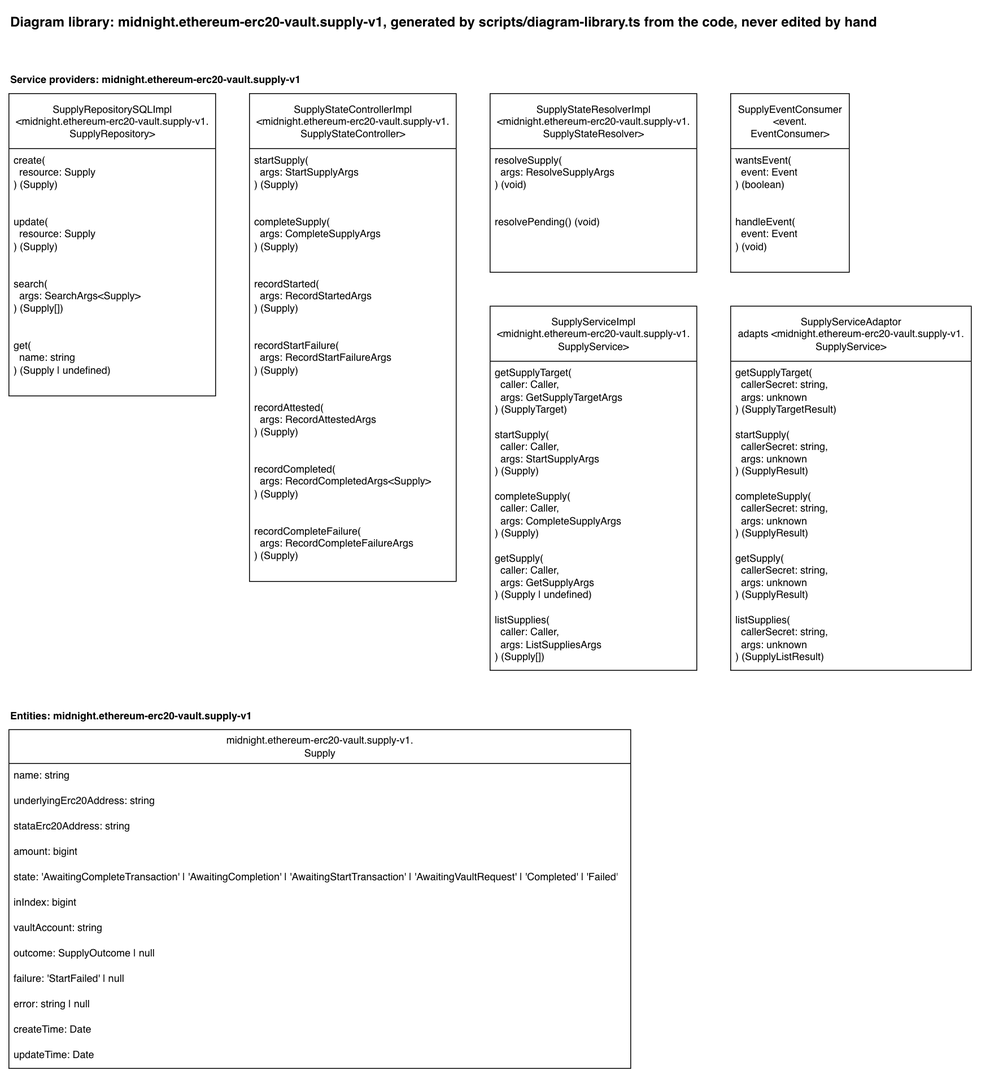
sig-net/full-stack-demo keeps this draw.io diagram as docs/diagram-library/midnight/ethereum-erc20-vault/supply-v1/diagram-library.drawio.png. Above is the earlier version. Source tidied: cells renumbered, new cells last; positions are measured from the earlier drawing's top-left corner, leaving out a move shared by most shapes.
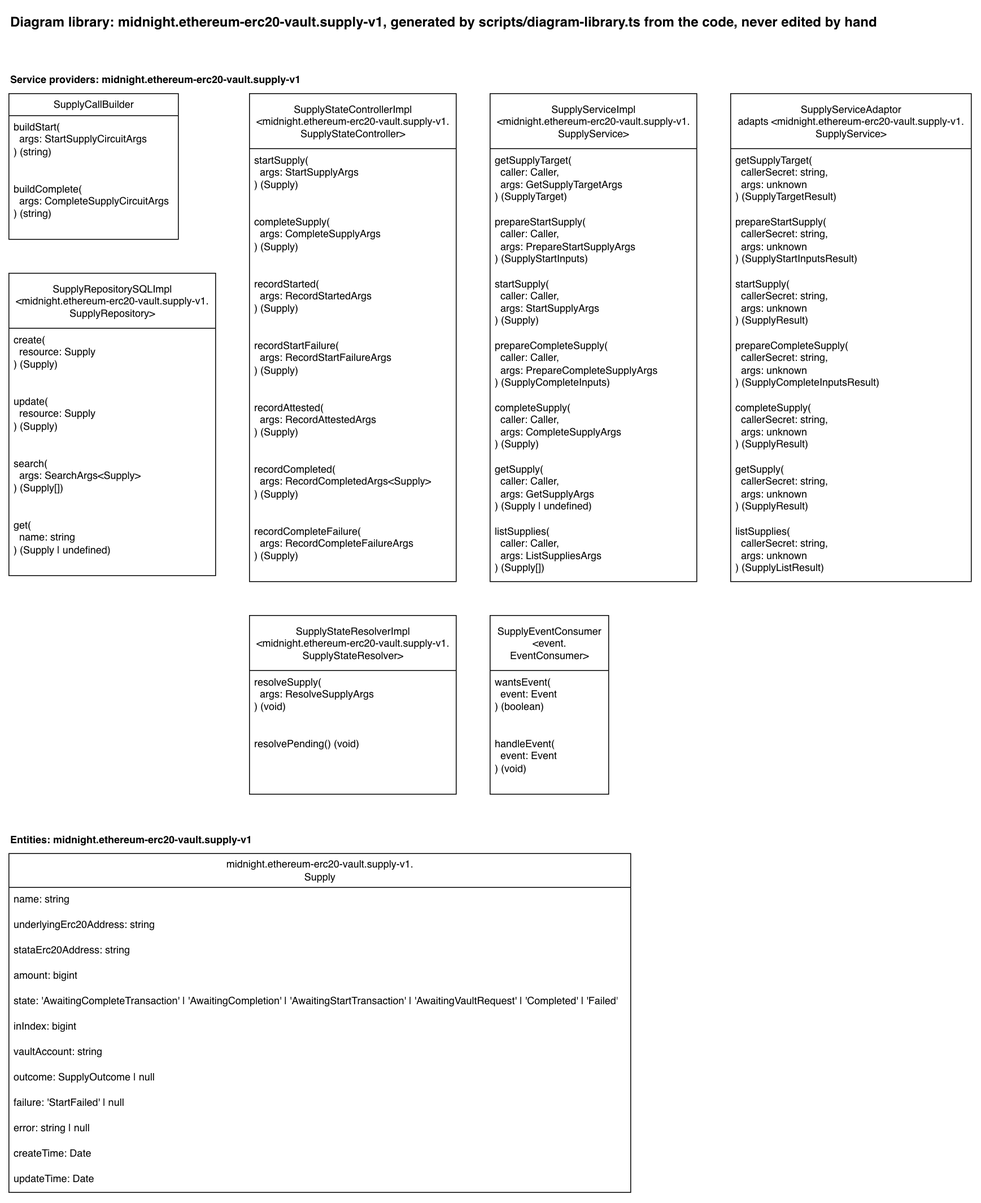
After the commit.

Diff of the diagram source:
```diff
@@ -8,8 +8,17 @@
     <mxCell id="3" value="Service providers: midnight.ethereum-erc20-vault.supply-v1" style="text;html=1;fontStyle=1;" parent="1" vertex="1">
       <mxGeometry y="70" width="369" height="20" as="geometry" />
     </mxCell>
+    <mxCell id="49" value="SupplyCallBuilder" style="swimlane;fontStyle=0;horizontal=1;startSize=26;fillColor=default;html=1;fillStyle=solid;" parent="1" vertex="1">
+      <mxGeometry y="100" width="200" height="172" as="geometry" />
+    </mxCell>
+    <mxCell id="50" value="buildStart(&lt;br&gt;&amp;nbsp; args: StartSupplyCircuitArgs&lt;br&gt;) (string)" style="text;strokeColor=none;fillColor=none;align=left;verticalAlign=top;spacingLeft=4;spacingRight=4;overflow=hidden;whiteSpace=wrap;html=1;" parent="49" vertex="1">
+      <mxGeometry y="26" width="200" height="73" as="geometry" />
+    </mxCell>
+    <mxCell id="51" value="buildComplete(&lt;br&gt;&amp;nbsp; args: CompleteSupplyCircuitArgs&lt;br&gt;) (string)" style="text;strokeColor=none;fillColor=none;align=left;verticalAlign=top;spacingLeft=4;spacingRight=4;overflow=hidden;whiteSpace=wrap;html=1;" parent="49" vertex="1">
+      <mxGeometry y="99" width="200" height="73" as="geometry" />
+    </mxCell>
     <mxCell id="4" value="SupplyRepositorySQLImpl&lt;br&gt;&amp;lt;midnight.ethereum-erc20-vault.supply-v1.&lt;br&gt;SupplyRepository&amp;gt;" style="swimlane;fontStyle=0;horizontal=1;startSize=65;fillColor=default;html=1;fillStyle=solid;" parent="1" vertex="1">
-      <mxGeometry y="100" width="244" height="357" as="geometry" />
+      <mxGeometry y="312" width="244" height="357" as="geometry" />
     </mxCell>
     <mxCell id="5" value="create(&lt;br&gt;&amp;nbsp; resource: Supply&lt;br&gt;) (Supply)" style="text;strokeColor=none;fillColor=none;align=left;verticalAlign=top;spacingLeft=4;spacingRight=4;overflow=hidden;whiteSpace=wrap;html=1;" parent="4" vertex="1">
       <mxGeometry y="65" width="244" height="73" as="geometry" />
@@ -48,7 +57,7 @@
       <mxGeometry y="503" width="244" height="73" as="geometry" />
     </mxCell>
     <mxCell id="17" value="SupplyStateResolverImpl&lt;br&gt;&amp;lt;midnight.ethereum-erc20-vault.supply-v1.&lt;br&gt;SupplyStateResolver&amp;gt;" style="swimlane;fontStyle=0;horizontal=1;startSize=65;fillColor=default;html=1;fillStyle=solid;" parent="1" vertex="1">
-      <mxGeometry x="568" y="100" width="244" height="211" as="geometry" />
+      <mxGeometry x="284" y="716" width="244" height="211" as="geometry" />
     </mxCell>
     <mxCell id="18" value="resolveSupply(&lt;br&gt;&amp;nbsp; args: ResolveSupplyArgs&lt;br&gt;) (void)" style="text;strokeColor=none;fillColor=none;align=left;verticalAlign=top;spacingLeft=4;spacingRight=4;overflow=hidden;whiteSpace=wrap;html=1;" parent="17" vertex="1">
       <mxGeometry y="65" width="244" height="73" as="geometry" />
@@ -57,25 +66,31 @@
       <mxGeometry y="138" width="244" height="73" as="geometry" />
     </mxCell>
     <mxCell id="20" value="SupplyServiceImpl&lt;br&gt;&amp;lt;midnight.ethereum-erc20-vault.supply-v1.&lt;br&gt;SupplyService&amp;gt;" style="swimlane;fontStyle=0;horizontal=1;startSize=65;fillColor=default;html=1;fillStyle=solid;" parent="1" vertex="1">
-      <mxGeometry x="568" y="351" width="244" height="430" as="geometry" />
+      <mxGeometry x="568" y="100" width="244" height="576" as="geometry" />
     </mxCell>
     <mxCell id="21" value="getSupplyTarget(&lt;br&gt;&amp;nbsp; caller: Caller,&lt;br&gt;&amp;nbsp; args: GetSupplyTargetArgs&lt;br&gt;) (SupplyTarget)" style="text;strokeColor=none;fillColor=none;align=left;verticalAlign=top;spacingLeft=4;spacingRight=4;overflow=hidden;whiteSpace=wrap;html=1;" parent="20" vertex="1">
       <mxGeometry y="65" width="244" height="73" as="geometry" />
     </mxCell>
+    <mxCell id="52" value="prepareStartSupply(&lt;br&gt;&amp;nbsp; caller: Caller,&lt;br&gt;&amp;nbsp; args: PrepareStartSupplyArgs&lt;br&gt;) (SupplyStartInputs)" style="text;strokeColor=none;fillColor=none;align=left;verticalAlign=top;spacingLeft=4;spacingRight=4;overflow=hidden;whiteSpace=wrap;html=1;" parent="20" vertex="1">
+      <mxGeometry y="138" width="244" height="73" as="geometry" />
+    </mxCell>
     <mxCell id="22" value="startSupply(&lt;br&gt;&amp;nbsp; caller: Caller,&lt;br&gt;&amp;nbsp; args: StartSupplyArgs&lt;br&gt;) (Supply)" style="text;strokeColor=none;fillColor=none;align=left;verticalAlign=top;spacingLeft=4;spacingRight=4;overflow=hidden;whiteSpace=wrap;html=1;" parent="20" vertex="1">
-      <mxGeometry y="138" width="244" height="73" as="geometry" />
+      <mxGeometry y="211" width="244" height="73" as="geometry" />
     </mxCell>
+    <mxCell id="53" value="prepareCompleteSupply(&lt;br&gt;&amp;nbsp; caller: Caller,&lt;br&gt;&amp;nbsp; args: PrepareCompleteSupplyArgs&lt;br&gt;) (SupplyCompleteInputs)" style="text;strokeColor=none;fillColor=none;align=left;verticalAlign=top;spacingLeft=4;spacingRight=4;overflow=hidden;whiteSpace=wrap;html=1;" parent="20" vertex="1">
+      <mxGeometry y="284" width="244" height="73" as="geometry" />
+    </mxCell>
     <mxCell id="23" value="completeSupply(&lt;br&gt;&amp;nbsp; caller: Caller,&lt;br&gt;&amp;nbsp; args: CompleteSupplyArgs&lt;br&gt;) (Supply)" style="text;strokeColor=none;fillColor=none;align=left;verticalAlign=top;spacingLeft=4;spacingRight=4;overflow=hidden;whiteSpace=wrap;html=1;" parent="20" vertex="1">
-      <mxGeometry y="211" width="244" height="73" as="geometry" />
+      <mxGeometry y="357" width="244" height="73" as="geometry" />
     </mxCell>
     <mxCell id="24" value="getSupply(&lt;br&gt;&amp;nbsp; caller: Caller,&lt;br&gt;&amp;nbsp; args: GetSupplyArgs&lt;br&gt;) (Supply | undefined)" style="text;strokeColor=none;fillColor=none;align=left;verticalAlign=top;spacingLeft=4;spacingRight=4;overflow=hidden;whiteSpace=wrap;html=1;" parent="20" vertex="1">
-      <mxGeometry y="284" width="244" height="73" as="geometry" />
+      <mxGeometry y="430" width="244" height="73" as="geometry" />
     </mxCell>
     <mxCell id="25" value="listSupplies(&lt;br&gt;&amp;nbsp; caller: Caller,&lt;br&gt;&amp;nbsp; args: ListSuppliesArgs&lt;br&gt;) (Supply[])" style="text;strokeColor=none;fillColor=none;align=left;verticalAlign=top;spacingLeft=4;spacingRight=4;overflow=hidden;whiteSpace=wrap;html=1;" parent="20" vertex="1">
-      <mxGeometry y="357" width="244" height="73" as="geometry" />
+      <mxGeometry y="503" width="244" height="73" as="geometry" />
     </mxCell>
     <mxCell id="26" value="SupplyEventConsumer&lt;br&gt;&amp;lt;event.&lt;br&gt;EventConsumer&amp;gt;" style="swimlane;fontStyle=0;horizontal=1;startSize=65;fillColor=default;html=1;fillStyle=solid;" parent="1" vertex="1">
-      <mxGeometry x="852" y="100" width="140" height="211" as="geometry" />
+      <mxGeometry x="568" y="716" width="140" height="211" as="geometry" />
     </mxCell>
     <mxCell id="27" value="wantsEvent(&lt;br&gt;&amp;nbsp; event: Event&lt;br&gt;) (boolean)" style="text;strokeColor=none;fillColor=none;align=left;verticalAlign=top;spacingLeft=4;spacingRight=4;overflow=hidden;whiteSpace=wrap;html=1;" parent="26" vertex="1">
       <mxGeometry y="65" width="140" height="73" as="geometry" />
@@ -84,28 +99,34 @@
       <mxGeometry y="138" width="140" height="73" as="geometry" />
     </mxCell>
     <mxCell id="29" value="SupplyServiceAdaptor&lt;br&gt;adapts &amp;lt;midnight.ethereum-erc20-vault.supply-v1.&lt;br&gt;SupplyService&amp;gt;" style="swimlane;fontStyle=0;horizontal=1;startSize=65;fillColor=default;html=1;fillStyle=solid;" parent="1" vertex="1">
-      <mxGeometry x="852" y="351" width="284" height="430" as="geometry" />
+      <mxGeometry x="852" y="100" width="284" height="576" as="geometry" />
     </mxCell>
     <mxCell id="30" value="getSupplyTarget(&lt;br&gt;&amp;nbsp; callerSecret: string,&lt;br&gt;&amp;nbsp; args: unknown&lt;br&gt;) (SupplyTargetResult)" style="text;strokeColor=none;fillColor=none;align=left;verticalAlign=top;spacingLeft=4;spacingRight=4;overflow=hidden;whiteSpace=wrap;html=1;" parent="29" vertex="1">
       <mxGeometry y="65" width="284" height="73" as="geometry" />
     </mxCell>
+    <mxCell id="54" value="prepareStartSupply(&lt;br&gt;&amp;nbsp; callerSecret: string,&lt;br&gt;&amp;nbsp; args: unknown&lt;br&gt;) (SupplyStartInputsResult)" style="text;strokeColor=none;fillColor=none;align=left;verticalAlign=top;spacingLeft=4;spacingRight=4;overflow=hidden;whiteSpace=wrap;html=1;" parent="29" vertex="1">
+      <mxGeometry y="138" width="284" height="73" as="geometry" />
+    </mxCell>
     <mxCell id="31" value="startSupply(&lt;br&gt;&amp;nbsp; callerSecret: string,&lt;br&gt;&amp;nbsp; args: unknown&lt;br&gt;) (SupplyResult)" style="text;strokeColor=none;fillColor=none;align=left;verticalAlign=top;spacingLeft=4;spacingRight=4;overflow=hidden;whiteSpace=wrap;html=1;" parent="29" vertex="1">
-      <mxGeometry y="138" width="284" height="73" as="geometry" />
+      <mxGeometry y="211" width="284" height="73" as="geometry" />
     </mxCell>
+    <mxCell id="55" value="prepareCompleteSupply(&lt;br&gt;&amp;nbsp; callerSecret: string,&lt;br&gt;&amp;nbsp; args: unknown&lt;br&gt;) (SupplyCompleteInputsResult)" style="text;strokeColor=none;fillColor=none;align=left;verticalAlign=top;spacingLeft=4;spacingRight=4;overflow=hidden;whiteSpace=wrap;html=1;" parent="29" vertex="1">
+      <mxGeometry y="284" width="284" height="73" as="geometry" />
+    </mxCell>
     <mxCell id="32" value="completeSupply(&lt;br&gt;&amp;nbsp; callerSecret: string,&lt;br&gt;&amp;nbsp; args: unknown&lt;br&gt;) (SupplyResult)" style="text;strokeColor=none;fillColor=none;align=left;verticalAlign=top;spacingLeft=4;spacingRight=4;overflow=hidden;whiteSpace=wrap;html=1;" parent="29" vertex="1">
-      <mxGeometry y="211" width="284" height="73" as="geometry" />
+      <mxGeometry y="357" width="284" height="73" as="geometry" />
     </mxCell>
     <mxCell id="33" value="getSupply(&lt;br&gt;&amp;nbsp; callerSecret: string,&lt;br&gt;&amp;nbsp; args: unknown&lt;br&gt;) (SupplyResult)" style="text;strokeColor=none;fillColor=none;align=left;verticalAlign=top;spacingLeft=4;spacingRight=4;overflow=hidden;whiteSpace=wrap;html=1;" parent="29" vertex="1">
-      <mxGeometry y="284" width="284" height="73" as="geometry" />
+      <mxGeometry y="430" width="284" height="73" as="geometry" />
     </mxCell>
     <mxCell id="34" value="listSupplies(&lt;br&gt;&amp;nbsp; callerSecret: string,&lt;br&gt;&amp;nbsp; args: unknown&lt;br&gt;) (SupplyListResult)" style="text;strokeColor=none;fillColor=none;align=left;verticalAlign=top;spacingLeft=4;spacingRight=4;overflow=hidden;whiteSpace=wrap;html=1;" parent="29" vertex="1">
-      <mxGeometry y="357" width="284" height="73" as="geometry" />
+      <mxGeometry y="503" width="284" height="73" as="geometry" />
     </mxCell>
     <mxCell id="35" value="Entities: midnight.ethereum-erc20-vault.supply-v1" style="text;html=1;fontStyle=1;" parent="1" vertex="1">
-      <mxGeometry y="821" width="310" height="20" as="geometry" />
+      <mxGeometry y="967" width="310" height="20" as="geometry" />
     </mxCell>
     <mxCell id="36" value="midnight.ethereum-erc20-vault.supply-v1.&lt;br&gt;Supply" style="swimlane;fontStyle=0;horizontal=1;startSize=40;fillColor=default;html=1;fillStyle=solid;" parent="1" vertex="1">
-      <mxGeometry y="851" width="734" height="400" as="geometry" />
+      <mxGeometry y="997" width="734" height="400" as="geometry" />
     </mxCell>
     <mxCell id="37" value="name: string" style="text;strokeColor=none;fillColor=none;align=left;verticalAlign=top;spacingLeft=4;spacingRight=4;overflow=hidden;whiteSpace=wrap;html=1;" parent="36" vertex="1">
       <mxGeometry y="40" width="734" height="30" as="geometry" />
```
